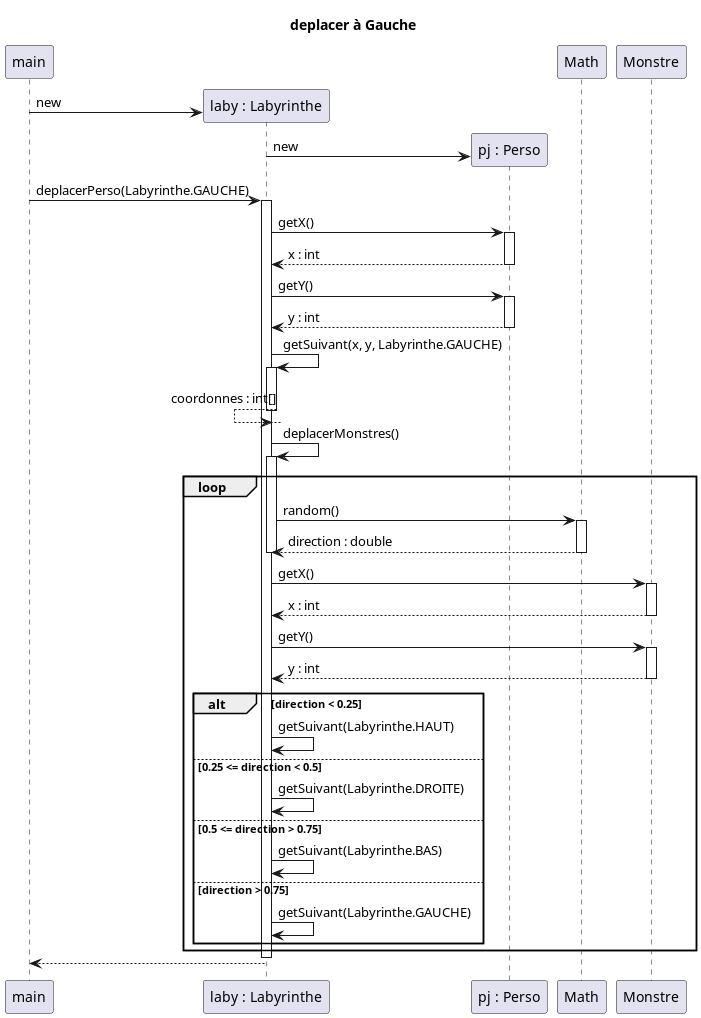
The PlantUML diagram projet_zeldiablo/documents/version_3/deplacerMonstre.png in Packingdustry/2024_Zeldiablo_massoncl1u_delaborde2u_e2074u_marti1228u_e2920u, before a commit.
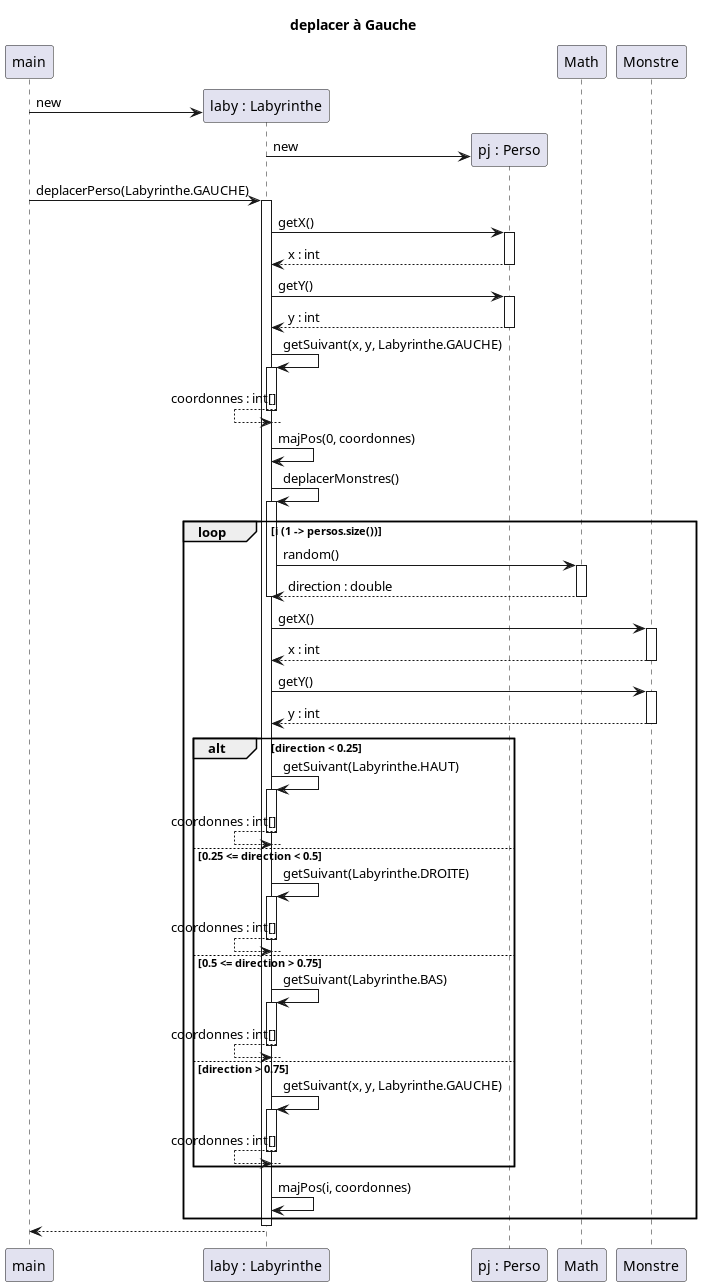
Above is the later version.

Commit message:
modification du diagramme de séquence déplacer monstre suite à l'écriture du code

The edit, as a diff of the source:
```diff
@@ -23,9 +23,10 @@
   activate l
     l <-- l : coordonnes : int[]
   deactivate l
+  l -> l : majPos(0, coordonnes)
   l -> l : deplacerMonstres()
   activate l
-    loop
+    loop i (1 -> persos.size())
         l -> Math : random()
         activate Math
         return direction : double
@@ -41,15 +42,27 @@
           deactivate Monstre
         alt direction < 0.25
           l -> l : getSuivant(Labyrinthe.HAUT)
+          activate l
+            l <-- l : coordonnes : int[]
+          deactivate l
         else 0.25 <= direction < 0.5
           l -> l : getSuivant(Labyrinthe.DROITE)
+          activate l
+            l <-- l : coordonnes : int[]
+          deactivate l
         else 0.5 <= direction > 0.75
           l -> l : getSuivant(Labyrinthe.BAS)
+          activate l
+            l <-- l : coordonnes : int[]
+          deactivate l
         else direction > 0.75
-          l -> l : getSuivant(Labyrinthe.GAUCHE)
+          l -> l : getSuivant(x, y, Labyrinthe.GAUCHE)
+            activate l
+              l <-- l : coordonnes : int[]
+            deactivate l
         end
+        l -> l : majPos(i, coordonnes)
     end
-
   deactivate l
   deactivate l
 m <-- l
```
